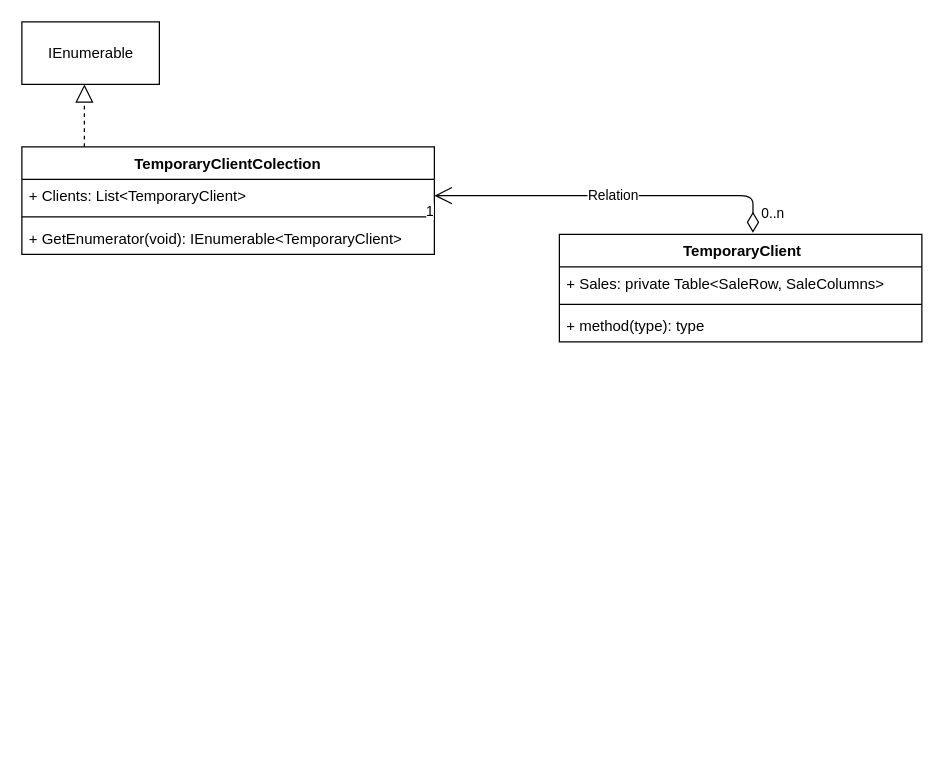
The draw.io diagram Untitled Diagram.drawio in Constantine1992/Diagrams, before the edit. Source tidied: cells renumbered, new cells numbered last; positions are measured from the earlier drawing's top-left corner, leaving out a move shared by most shapes. Both pictures are drawn from the tidied source at 125%, with x=0, y=0 at pixel (21, 21).
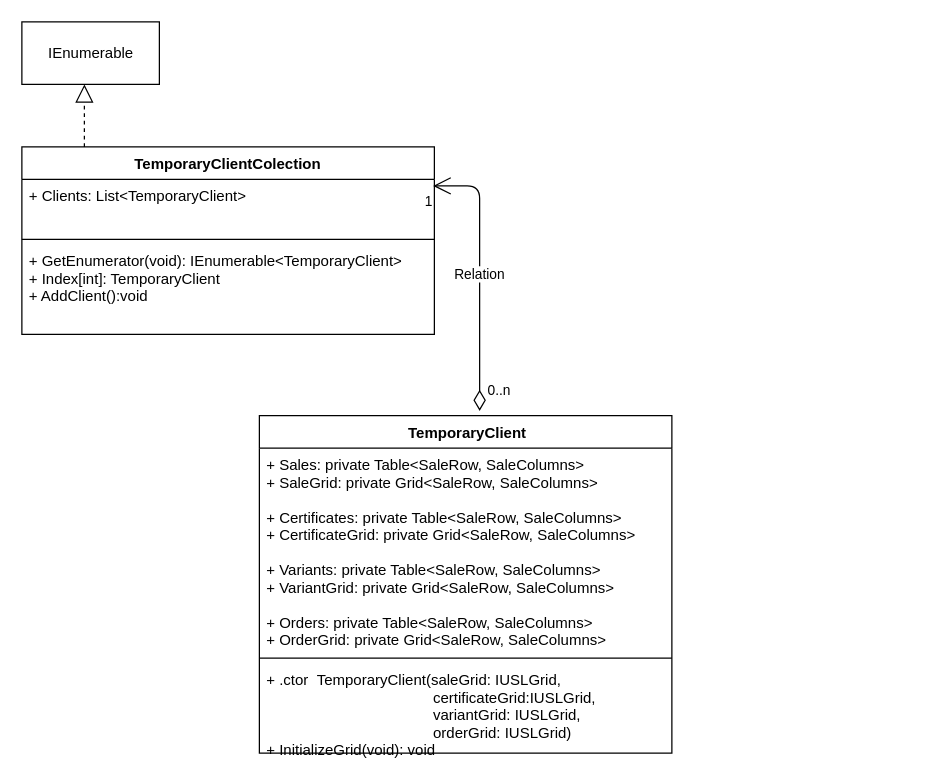
The same page after the edit.

Change to the diagram source:
```diff
@@
 <mxGraphModel>
   <root>
     <mxCell id="0" />
     <mxCell id="1" parent="0" />
     <mxCell id="2" value="TemporaryClientColection" style="swimlane;fontStyle=1;align=center;verticalAlign=top;horizontal=1;startSize=26;" parent="1" vertex="1">
-      <mxGeometry y="100" width="330" height="86" as="geometry" />
+      <mxGeometry y="100" width="330" height="150" as="geometry" />
     </mxCell>
-    <mxCell id="3" value="+ Clients: List&lt;TemporaryClient&gt;" style="text;strokeColor=none;fillColor=none;align=left;verticalAlign=top;spacingLeft=4;spacingRight=4;overflow=hidden;points=[[0,0.5],[1,0.5]];portConstraint=eastwest;" parent="2" vertex="1">
-      <mxGeometry y="26" width="330" height="26" as="geometry" />
+    <mxCell id="3" value="+ Clients: List&lt;TemporaryClient&gt;&#10;" style="text;strokeColor=none;fillColor=none;align=left;verticalAlign=top;spacingLeft=4;spacingRight=4;overflow=hidden;points=[[0,0.5],[1,0.5]];portConstraint=eastwest;" parent="2" vertex="1">
+      <mxGeometry y="26" width="330" height="44" as="geometry" />
     </mxCell>
     <mxCell id="4" style="line;strokeWidth=1;fillColor=none;align=left;verticalAlign=middle;spacingTop=-1;spacingLeft=3;spacingRight=3;labelPosition=right;" parent="2" vertex="1">
-      <mxGeometry y="52" width="330" height="8" as="geometry" />
+      <mxGeometry y="70" width="330" height="8" as="geometry" />
     </mxCell>
-    <mxCell id="5" value="+ GetEnumerator(void): IEnumerable&lt;TemporaryClient&gt;&#10;" style="text;strokeColor=none;fillColor=none;align=left;verticalAlign=top;spacingLeft=4;spacingRight=4;overflow=hidden;" parent="2" vertex="1">
-      <mxGeometry y="60" width="330" height="26" as="geometry" />
+    <mxCell id="5" value="+ GetEnumerator(void): IEnumerable&lt;TemporaryClient&gt;&#10;+ Index[int]: TemporaryClient&#10;+ AddClient():void" style="text;strokeColor=none;fillColor=none;align=left;verticalAlign=top;spacingLeft=4;spacingRight=4;overflow=hidden;" parent="2" vertex="1">
+      <mxGeometry y="78" width="330" height="72" as="geometry" />
     </mxCell>
     <mxCell id="6" value="IEnumerable" style="html=1;" parent="1" vertex="1">
       <mxGeometry width="110" height="50" as="geometry" />
     </mxCell>
     <mxCell id="7" style="endArrow=block;dashed=1;endFill=0;endSize=12;html=1;rounded=1;" parent="1" edge="1">
       <mxGeometry relative="1" as="geometry">
         <mxPoint x="50" y="100" as="sourcePoint" />
         <mxPoint x="50" y="50" as="targetPoint" />
       </mxGeometry>
     </mxCell>
     <mxCell id="8" value=" TemporaryClient" style="swimlane;fontStyle=1;align=center;verticalAlign=top;horizontal=1;startSize=26;" parent="1" vertex="1">
-      <mxGeometry x="430" y="170" width="290" height="86" as="geometry" />
+      <mxGeometry x="190" y="315" width="330" height="270" as="geometry" />
     </mxCell>
-    <mxCell id="9" value="+ Sales: private Table&lt;SaleRow, SaleColumns&gt;" style="text;strokeColor=none;fillColor=none;align=left;verticalAlign=top;spacingLeft=4;spacingRight=4;overflow=hidden;" parent="8" vertex="1">
-      <mxGeometry y="26" width="290" height="26" as="geometry" />
+    <mxCell id="9" value="+ Sales: private Table&lt;SaleRow, SaleColumns&gt;&#10;+ SaleGrid: private Grid&lt;SaleRow, SaleColumns&gt;&#10;&#10;+ Certificates: private Table&lt;SaleRow, SaleColumns&gt;&#10;+ CertificateGrid: private Grid&lt;SaleRow, SaleColumns&gt;&#10;&#10;+ Variants: private Table&lt;SaleRow, SaleColumns&gt;&#10;+ VariantGrid: private Grid&lt;SaleRow, SaleColumns&gt;&#10;&#10;+ Orders: private Table&lt;SaleRow, SaleColumns&gt;&#10;+ OrderGrid: private Grid&lt;SaleRow, SaleColumns&gt;&#10;&#10;" style="text;strokeColor=none;fillColor=none;align=left;verticalAlign=top;spacingLeft=4;spacingRight=4;overflow=hidden;" parent="8" vertex="1">
+      <mxGeometry y="26" width="330" height="164" as="geometry" />
     </mxCell>
     <mxCell id="10" style="line;strokeWidth=1;fillColor=none;align=left;verticalAlign=middle;spacingTop=-1;spacingLeft=3;spacingRight=3;labelPosition=right;" parent="8" vertex="1">
-      <mxGeometry y="52" width="290" height="8" as="geometry" />
+      <mxGeometry y="190" width="330" height="8" as="geometry" />
     </mxCell>
-    <mxCell id="11" value="+ method(type): type" style="text;strokeColor=none;fillColor=none;align=left;verticalAlign=top;spacingLeft=4;spacingRight=4;overflow=hidden;" parent="8" vertex="1">
-      <mxGeometry y="60" width="290" height="26" as="geometry" />
+    <mxCell id="11" value="+ .ctor  TemporaryClient(saleGrid: IUSLGrid,  &#10;                                        certificateGrid:IUSLGrid,&#10;                                        variantGrid: IUSLGrid,&#10;                                        orderGrid: IUSLGrid)&#10;+ InitializeGrid(void): void" style="text;strokeColor=none;fillColor=none;align=left;verticalAlign=top;spacingLeft=4;spacingRight=4;overflow=hidden;" parent="8" vertex="1">
+      <mxGeometry y="198" width="330" height="72" as="geometry" />
     </mxCell>
-    <mxCell id="12" value="Relation" style="endArrow=open;html=1;endSize=12;startArrow=diamondThin;startSize=14;startFill=0;edgeStyle=orthogonalEdgeStyle;exitX=0.534;exitY=-0.014;exitDx=0;exitDy=0;exitPerimeter=0;" parent="1" edge="1" source="8" target="3">
+    <mxCell id="12" value="Relation" style="endArrow=open;html=1;endSize=12;startArrow=diamondThin;startSize=14;startFill=0;edgeStyle=orthogonalEdgeStyle;exitX=0.534;exitY=-0.014;exitDx=0;exitDy=0;exitPerimeter=0;entryX=0.997;entryY=0.119;entryDx=0;entryDy=0;entryPerimeter=0;" parent="1" edge="1" source="8" target="3">
       <mxGeometry relative="1" as="geometry" />
     </mxCell>
     <mxCell id="13" value="0..n" style="edgeLabel;html=1;align=left;verticalAlign=top;" parent="12" vertex="1">
       <mxGeometry x="-1" relative="1" as="geometry">
         <mxPoint x="5.1" y="-28.8" as="offset" />
       </mxGeometry>
     </mxCell>
     <mxCell id="14" value="1" style="edgeLabel;html=1;align=right;verticalAlign=top;" parent="12" vertex="1">
       <mxGeometry x="1" relative="1" as="geometry" />
     </mxCell>
   </root>
 </mxGraphModel>
```
